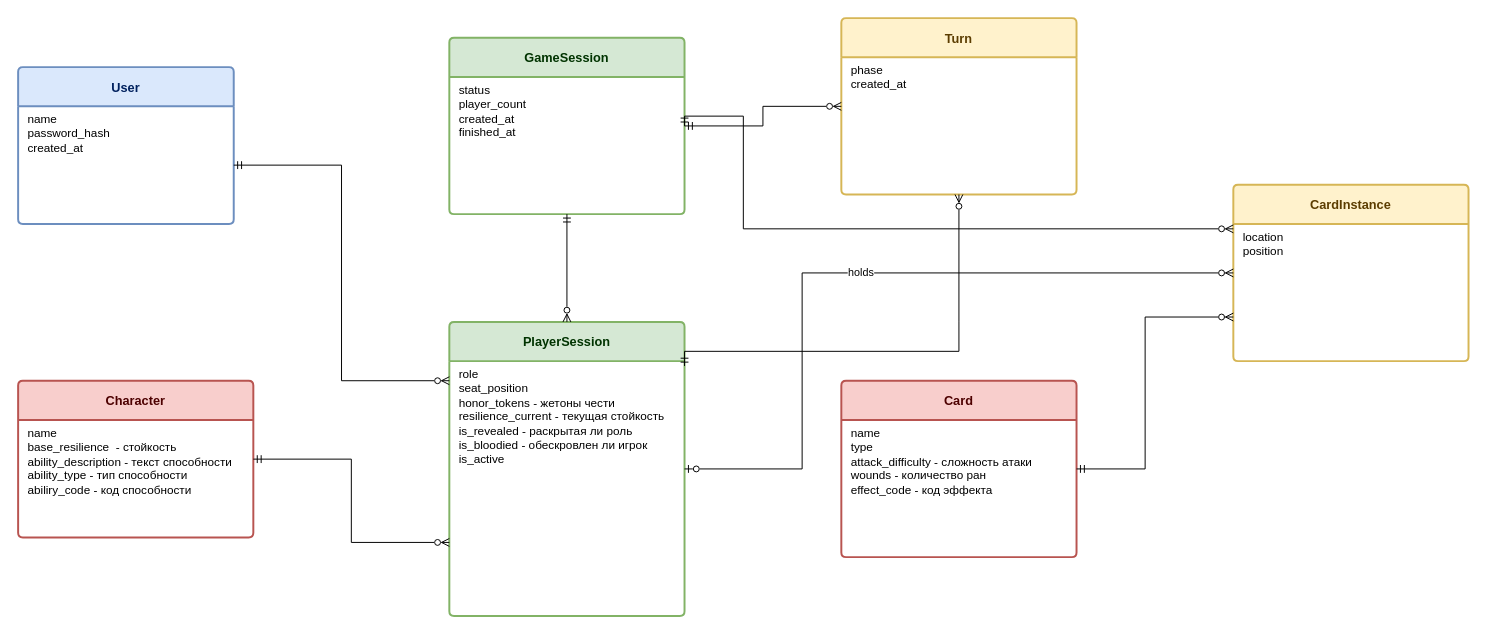
Before: page "Bang-SamuraiSword-DB" (1 of 2) of Меч_самурая_er.drawio in Tor4narek/SamuraiSword, a draw.io diagram. Source tidied: cells renumbered, new cells numbered last; positions are measured from the earlier drawing's top-left corner, leaving out a move shared by most shapes. Both pictures are drawn from the tidied source at 98%, with x=0, y=0 at pixel (18, 18).
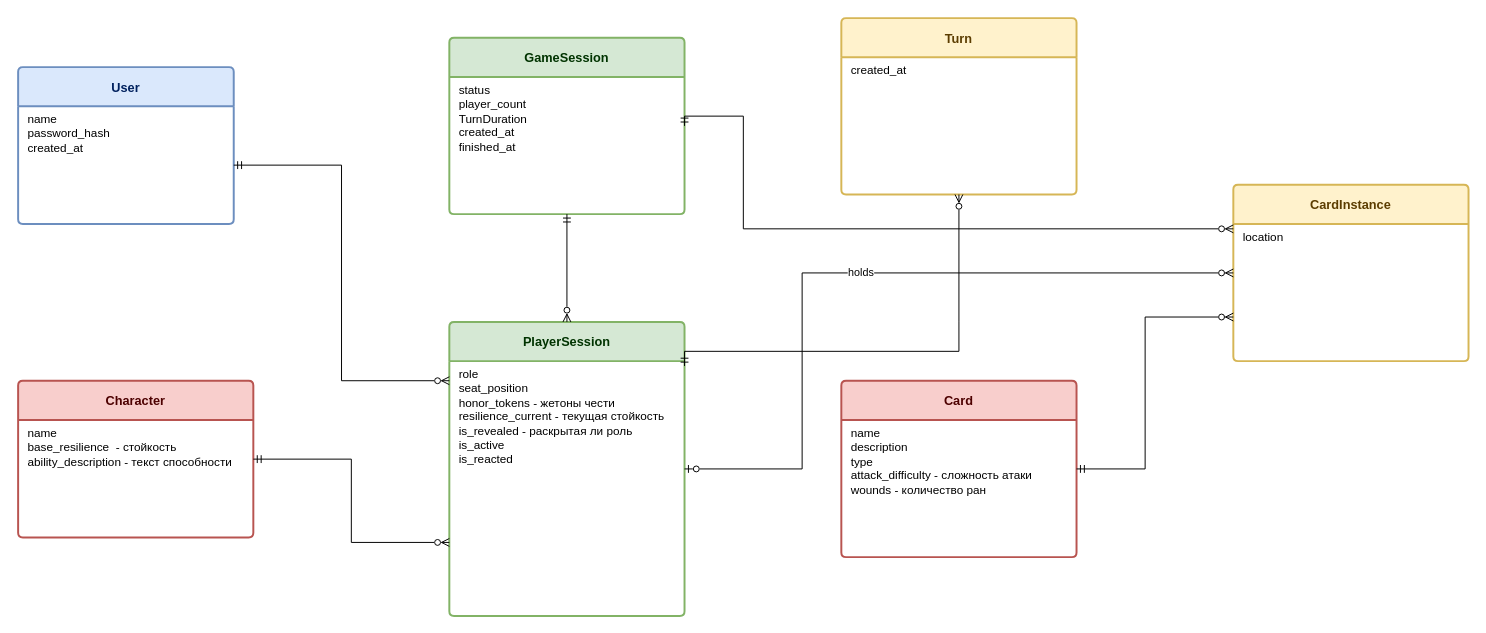
After the change.

The change refers to these unchanged cells:
```xml
<mxCell id="4" value="GameSession" style="swimlane;horizontal=1;startSize=40;rounded=1;fontSize=13;fontStyle=1;strokeWidth=2;arcSize=4;fillColor=#d5e8d4;strokeColor=#82b366;fontColor=#003300;" parent="1" vertex="1">
  <mxGeometry x="440" y="20" width="240" height="180" as="geometry" />
</mxCell>
<mxCell id="6" value="PlayerSession" style="swimlane;horizontal=1;startSize=40;rounded=1;fontSize=13;fontStyle=1;strokeWidth=2;arcSize=4;fillColor=#d5e8d4;strokeColor=#82b366;fontColor=#003300;" parent="1" vertex="1">
  <mxGeometry x="440" y="310" width="240" height="300" as="geometry" />
</mxCell>
<mxCell id="8" value="Turn" style="swimlane;horizontal=1;startSize=40;rounded=1;fontSize=13;fontStyle=1;strokeWidth=2;arcSize=4;fillColor=#fff2cc;strokeColor=#d6b656;fontColor=#5c3d00;" parent="1" vertex="1">
  <mxGeometry x="840" width="240" height="180" as="geometry" />
</mxCell>
<mxCell id="10" value="Character" style="swimlane;horizontal=1;startSize=40;rounded=1;fontSize=13;fontStyle=1;strokeWidth=2;arcSize=4;fillColor=#f8cecc;strokeColor=#b85450;fontColor=#4d0000;" parent="1" vertex="1">
  <mxGeometry y="370" width="240" height="160" as="geometry" />
</mxCell>
<mxCell id="12" value="Card" style="swimlane;horizontal=1;startSize=40;rounded=1;fontSize=13;fontStyle=1;strokeWidth=2;arcSize=4;fillColor=#f8cecc;strokeColor=#b85450;fontColor=#4d0000;" parent="1" vertex="1">
  <mxGeometry x="840" y="370" width="240" height="180" as="geometry" />
</mxCell>
<mxCell id="14" value="CardInstance" style="swimlane;horizontal=1;startSize=40;rounded=1;fontSize=13;fontStyle=1;strokeWidth=2;arcSize=4;fillColor=#fff2cc;strokeColor=#d6b656;fontColor=#5c3d00;" parent="1" vertex="1">
  <mxGeometry x="1240" y="170" width="240" height="180" as="geometry" />
</mxCell>
```

Change to the diagram source:
```diff
@@
-    <mxCell id="5" value="status&lt;br&gt;player_count&lt;br&gt;created_at&lt;br&gt;finished_at" style="align=left;strokeColor=none;fillColor=none;spacingLeft=8;fontSize=12;verticalAlign=top;html=1;whiteSpace=wrap;" parent="4" vertex="1">
+    <mxCell id="5" value="status&lt;br&gt;player_count&lt;div&gt;TurnDuration&lt;br&gt;created_at&lt;br&gt;finished_at&lt;/div&gt;" style="align=left;strokeColor=none;fillColor=none;spacingLeft=8;fontSize=12;verticalAlign=top;html=1;whiteSpace=wrap;" parent="4" vertex="1">
       <mxGeometry y="40" width="240" height="140" as="geometry" />
     </mxCell>
@@
-    <mxCell id="7" value="role&lt;div&gt;seat_position&lt;br&gt;honor_tokens - жетоны чести&lt;br&gt;resilience_current - текущая стойкость&lt;br&gt;is_revealed - раскрытая ли роль&lt;br&gt;is_bloodied - обескровлен ли игрок&lt;div&gt;is_active&lt;/div&gt;&lt;/div&gt;" style="align=left;strokeColor=none;fillColor=none;spacingLeft=8;fontSize=12;verticalAlign=top;html=1;whiteSpace=wrap;" parent="6" vertex="1">
+    <mxCell id="7" value="role&lt;div&gt;seat_position&lt;br&gt;honor_tokens - жетоны чести&lt;br&gt;resilience_current - текущая стойкость&lt;br&gt;is_revealed - раскрытая ли роль&lt;br&gt;&lt;div&gt;is_active&lt;/div&gt;&lt;/div&gt;&lt;div&gt;is_reacted&amp;nbsp;&lt;/div&gt;" style="align=left;strokeColor=none;fillColor=none;spacingLeft=8;fontSize=12;verticalAlign=top;html=1;whiteSpace=wrap;" parent="6" vertex="1">
       <mxGeometry y="40" width="240" height="260" as="geometry" />
     </mxCell>
@@
-    <mxCell id="9" value="phase&lt;br&gt;created_at" style="align=left;strokeColor=none;fillColor=none;spacingLeft=8;fontSize=12;verticalAlign=top;html=1;whiteSpace=wrap;" parent="8" vertex="1">
+    <mxCell id="9" value="created_at" style="align=left;strokeColor=none;fillColor=none;spacingLeft=8;fontSize=12;verticalAlign=top;html=1;whiteSpace=wrap;" parent="8" vertex="1">
       <mxGeometry y="40" width="240" height="140" as="geometry" />
     </mxCell>
@@
-    <mxCell id="11" value="name&lt;br&gt;base_resilience&amp;nbsp; - стойкость&lt;br&gt;ability_description - текст способности&lt;br&gt;ability_type - тип способности&lt;div&gt;abiliry_code - код способности&lt;/div&gt;" style="align=left;strokeColor=none;fillColor=none;spacingLeft=8;fontSize=12;verticalAlign=top;html=1;whiteSpace=wrap;" parent="10" vertex="1">
+    <mxCell id="11" value="name&lt;br&gt;base_resilience&amp;nbsp; - стойкость&lt;br&gt;ability_description - текст способности&lt;br&gt;&lt;div&gt;&lt;br&gt;&lt;/div&gt;" style="align=left;strokeColor=none;fillColor=none;spacingLeft=8;fontSize=12;verticalAlign=top;html=1;whiteSpace=wrap;" parent="10" vertex="1">
       <mxGeometry y="40" width="240" height="120" as="geometry" />
     </mxCell>
@@
-    <mxCell id="13" value="name&lt;br&gt;type&lt;br&gt;attack_difficulty - сложность атаки&lt;br&gt;wounds - количество ран&lt;br&gt;effect_code - код эффекта" style="align=left;strokeColor=none;fillColor=none;spacingLeft=8;fontSize=12;verticalAlign=top;html=1;whiteSpace=wrap;" parent="12" vertex="1">
+    <mxCell id="13" value="name&lt;div&gt;description&lt;br&gt;type&lt;br&gt;attack_difficulty - сложность атаки&lt;br&gt;wounds - количество ран&lt;br&gt;&lt;/div&gt;" style="align=left;strokeColor=none;fillColor=none;spacingLeft=8;fontSize=12;verticalAlign=top;html=1;whiteSpace=wrap;" parent="12" vertex="1">
       <mxGeometry y="40" width="240" height="140" as="geometry" />
     </mxCell>
@@
-    <mxCell id="15" value="location&lt;br&gt;position" style="align=left;strokeColor=none;fillColor=none;spacingLeft=8;fontSize=12;verticalAlign=top;html=1;whiteSpace=wrap;" parent="14" vertex="1">
+    <mxCell id="15" value="location" style="align=left;strokeColor=none;fillColor=none;spacingLeft=8;fontSize=12;verticalAlign=top;html=1;whiteSpace=wrap;" parent="14" vertex="1">
       <mxGeometry y="40" width="240" height="140" as="geometry" />
     </mxCell>
@@
-    <mxCell id="18" style="edgeStyle=orthogonalEdgeStyle;fontSize=11;html=1;endArrow=ERzeroToMany;startArrow=ERmandOne;startFill=0;endFill=0;rounded=0;" parent="1" edge="1" source="4" target="8">
-      <mxGeometry relative="1" as="geometry" />
-    </mxCell>
```
